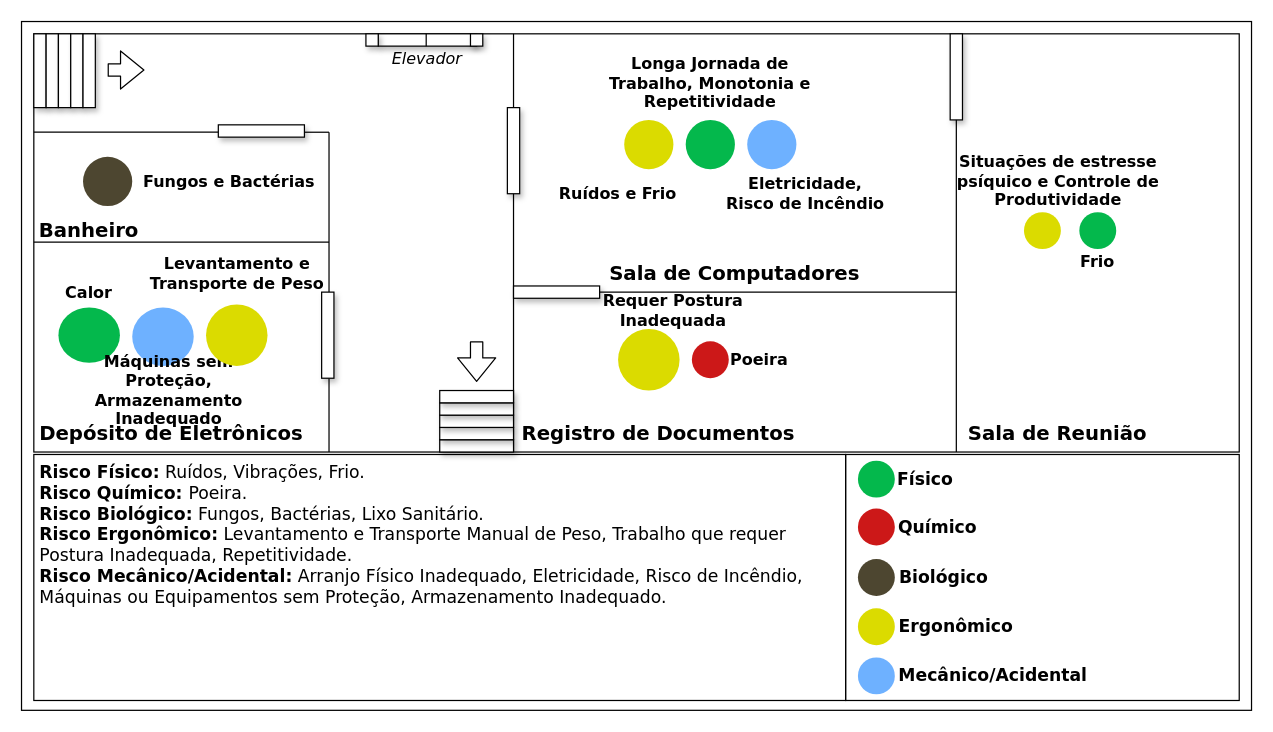
This is Untitled Diagram.drawio from Konitch/Diagram, a draw.io file, before an edit. Source tidied: cells renumbered, new cells numbered last; positions are measured from the earlier drawing's top-left corner, leaving out a move shared by most shapes. Both pictures are drawn from the tidied source at 123%, with x=0, y=0 at pixel (21, 21).
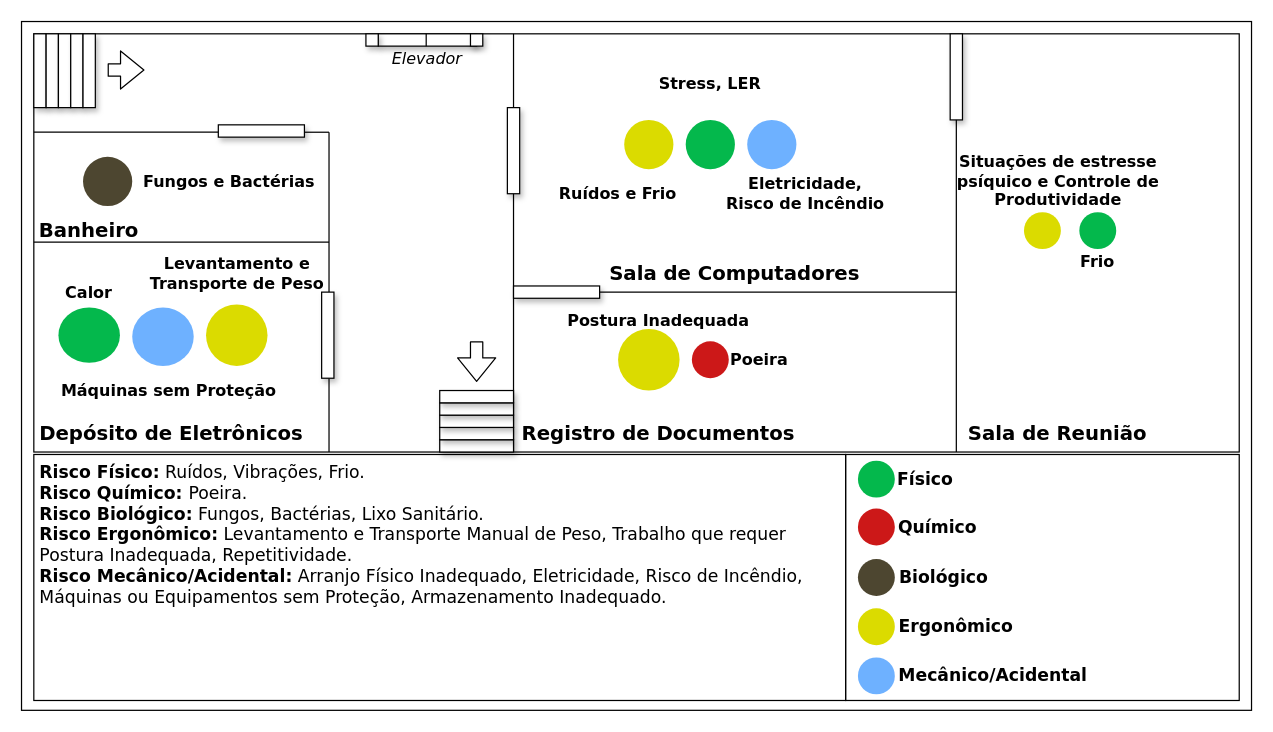
Above is the later version.

What changed in the source:
```diff
@@
-    <mxCell id="65" value="Longa Jornada de Trabalho, Monotonia e Repetitividade" style="text;html=1;strokeColor=none;fillColor=none;align=center;verticalAlign=middle;whiteSpace=wrap;rounded=0;shadow=1;fontFamily=Verdana;fontSize=13;fontStyle=1;" parent="1" vertex="1">
+    <mxCell id="65" value="Stress, LER" style="text;html=1;strokeColor=none;fillColor=none;align=center;verticalAlign=middle;whiteSpace=wrap;rounded=0;shadow=1;fontFamily=Verdana;fontSize=13;fontStyle=1;" parent="1" vertex="1">
       <mxGeometry x="465" y="40" width="190" height="20" as="geometry" />
     </mxCell>
@@
-    <mxCell id="68" value="Máquinas sem Proteção, Armazenamento Inadequado" style="text;html=1;strokeColor=none;fillColor=none;align=center;verticalAlign=middle;whiteSpace=wrap;rounded=0;shadow=1;fontFamily=Verdana;fontSize=13;fontStyle=1;" parent="1" vertex="1">
+    <mxCell id="68" value="Máquinas sem Proteção" style="text;html=1;strokeColor=none;fillColor=none;align=center;verticalAlign=middle;whiteSpace=wrap;rounded=0;shadow=1;fontFamily=Verdana;fontSize=13;fontStyle=1;" parent="1" vertex="1">
       <mxGeometry x="30" y="290" width="180" height="20" as="geometry" />
     </mxCell>
-    <mxCell id="69" value="Requer Postura Inadequada" style="text;html=1;strokeColor=none;fillColor=none;align=center;verticalAlign=middle;whiteSpace=wrap;rounded=0;shadow=1;fontFamily=Verdana;fontSize=13;fontStyle=1;" parent="1" vertex="1">
-      <mxGeometry x="470" y="225" width="120" height="20" as="geometry" />
+    <mxCell id="69" value="Postura Inadequada" style="text;html=1;strokeColor=none;fillColor=none;align=center;verticalAlign=middle;whiteSpace=wrap;rounded=0;shadow=1;fontFamily=Verdana;fontSize=13;fontStyle=1;" parent="1" vertex="1">
+      <mxGeometry x="438" y="232.5" width="160" height="20" as="geometry" />
     </mxCell>
```
